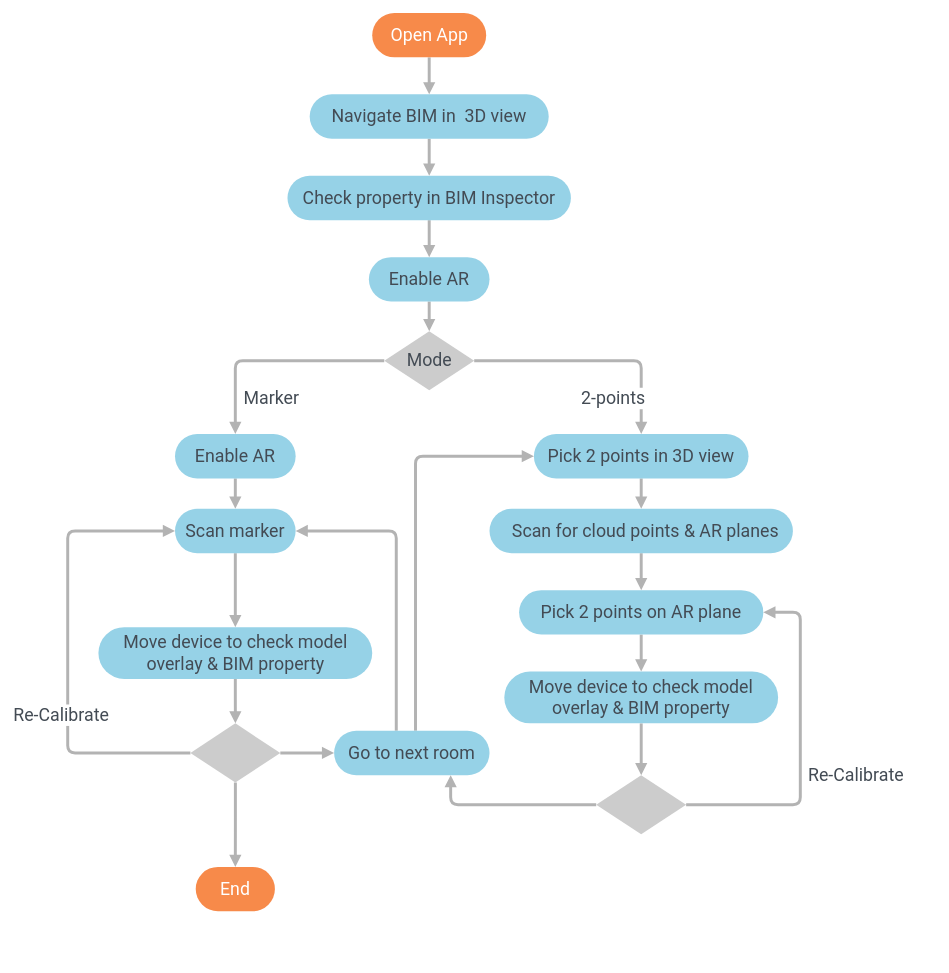
Before: Untitled Diagram.drawio in EricHsuYC/EricHsuYC.github.io, a draw.io diagram. Source tidied: cells renumbered, new cells numbered last; positions are measured from the earlier drawing's top-left corner, leaving out a move shared by most shapes. Both pictures are drawn from the tidied source at 74%, with x=0, y=0 at pixel (67, 13).
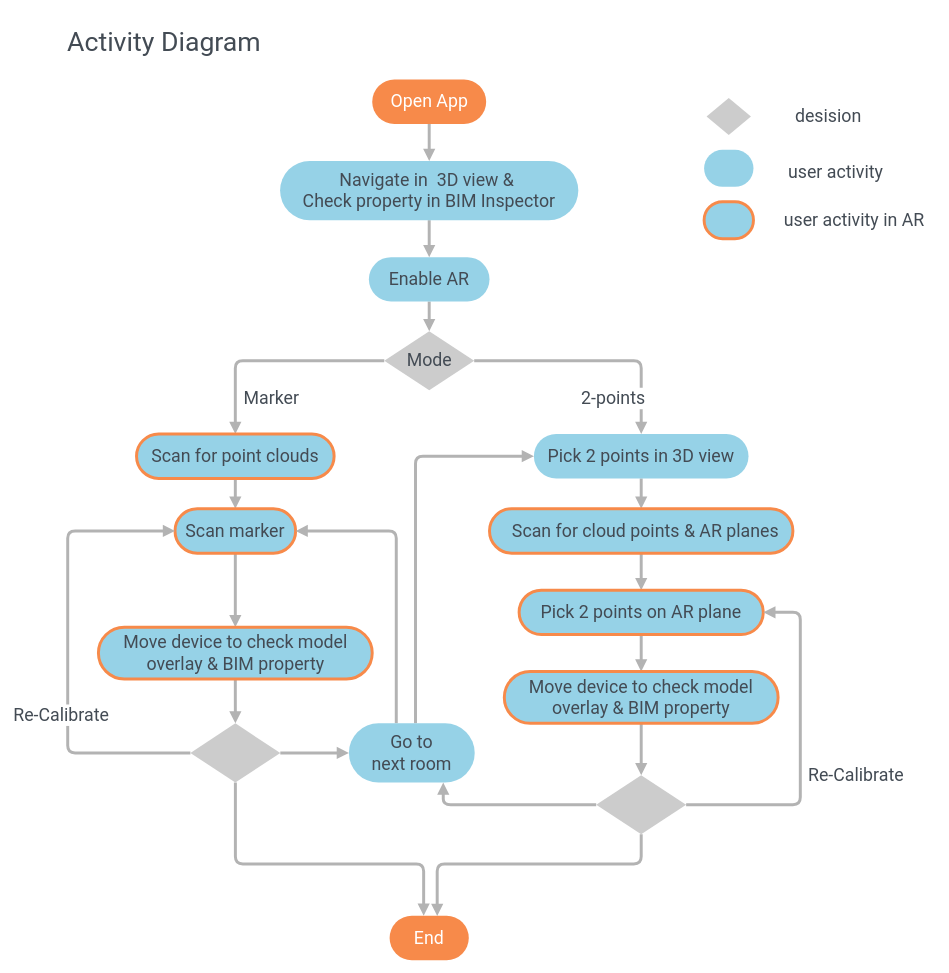
The same page after the edit.

Unchanged cells that the change refers to:
```xml
<mxCell id="7" value="&lt;font color=&quot;#434b54&quot; face=&quot;Roboto&quot;&gt;&lt;span style=&quot;font-size: 24px&quot;&gt;Enable AR&lt;/span&gt;&lt;/font&gt;" style="rounded=1;whiteSpace=wrap;html=1;arcSize=50;fillColor=#96D2E7;strokeColor=none;" parent="1" vertex="1">
  <mxGeometry x="407" y="330" width="163" height="60" as="geometry" />
</mxCell>
<mxCell id="31" style="rhombus;whiteSpace=wrap;html=1;rounded=0;comic=0;strokeColor=none;fillColor=#CCCCCC;dashed=1;fontFamily=Roboto;fontSize=24;fontColor=#434B54;" parent="1" vertex="1">
  <mxGeometry x="165.8" y="960" width="121.5" height="80" as="geometry" />
</mxCell>
<mxCell id="39" style="rhombus;whiteSpace=wrap;html=1;rounded=0;comic=0;strokeColor=none;fillColor=#CCCCCC;dashed=1;fontFamily=Roboto;fontSize=24;fontColor=#434B54;" parent="1" vertex="1">
  <mxGeometry x="714.2" y="1030" width="121.5" height="80" as="geometry" />
</mxCell>
```

Change to the diagram source:
```diff
@@
-    <mxCell id="2" style="edgeStyle=orthogonalEdgeStyle;rounded=1;jettySize=auto;html=1;fontFamily=Helvetica;strokeColor=#B3B3B3;strokeWidth=4;endFill=1;endArrow=block;startFill=0;startArrow=none;" parent="1" edge="1" source="3" target="5">
-      <mxGeometry relative="1" as="geometry" />
-    </mxCell>
+    <mxCell id="42" style="edgeStyle=orthogonalEdgeStyle;jettySize=auto;html=1;entryX=0.5;entryY=0;entryDx=0;entryDy=0;startFill=0;endArrow=block;endFill=1;strokeColor=#B3B3B3;strokeWidth=4;" parent="1" edge="1" source="3" target="7">
+      <mxGeometry relative="1" as="geometry" />
+    </mxCell>
-    <mxCell id="3" value="&lt;font color=&quot;#434b54&quot; face=&quot;Roboto&quot;&gt;&lt;span style=&quot;font-size: 24px&quot;&gt;Navigate BIM in&amp;nbsp; 3D view&lt;/span&gt;&lt;/font&gt;" style="rounded=1;whiteSpace=wrap;html=1;arcSize=50;fillColor=#96D2E7;strokeColor=none;" parent="1" vertex="1">
-      <mxGeometry x="327" y="110" width="323" height="60" as="geometry" />
+    <mxCell id="3" value="&lt;font color=&quot;#434b54&quot; face=&quot;Roboto&quot;&gt;&lt;span style=&quot;font-size: 24px&quot;&gt;Navigate in&amp;nbsp; 3D view &amp;amp;&amp;nbsp;&lt;br&gt;&lt;/span&gt;&lt;/font&gt;&lt;span style=&quot;color: rgb(67 , 75 , 84) ; font-family: &amp;#34;roboto&amp;#34; ; font-size: 24px&quot;&gt;Check property in BIM Inspector&lt;/span&gt;&lt;font color=&quot;#434b54&quot; face=&quot;Roboto&quot;&gt;&lt;span style=&quot;font-size: 24px&quot;&gt;&lt;br&gt;&lt;/span&gt;&lt;/font&gt;" style="rounded=1;whiteSpace=wrap;html=1;arcSize=50;fillColor=#96D2E7;strokeColor=none;" parent="1" vertex="1">
+      <mxGeometry x="287" y="200" width="403" height="80" as="geometry" />
     </mxCell>
-    <mxCell id="4" style="edgeStyle=orthogonalEdgeStyle;jettySize=auto;html=1;startFill=0;endArrow=block;endFill=1;strokeColor=#B3B3B3;strokeWidth=4;" parent="1" edge="1" source="5" target="7">
-      <mxGeometry relative="1" as="geometry" />
-    </mxCell>
-    <mxCell id="5" value="&lt;font style=&quot;font-size: 24px&quot; face=&quot;Roboto&quot; color=&quot;#434b54&quot;&gt;Check property in BIM Inspector&lt;/font&gt;" style="rounded=1;whiteSpace=wrap;html=1;arcSize=50;fillColor=#96D2E7;strokeColor=none;" parent="1" vertex="1">
-      <mxGeometry x="297" y="220" width="383" height="60" as="geometry" />
-    </mxCell>
@@
     <mxCell id="14" value="&lt;font style=&quot;font-size: 24px&quot; color=&quot;#ffffff&quot;&gt;Open App&lt;/font&gt;" style="rounded=1;whiteSpace=wrap;html=1;fillColor=#F78A4A;fontFamily=Roboto;arcSize=50;strokeColor=none;" parent="1" vertex="1">
-      <mxGeometry x="411.5" width="154" height="60" as="geometry" />
+      <mxGeometry x="411.5" y="90" width="154" height="60" as="geometry" />
     </mxCell>
@@
-    <mxCell id="18" value="&lt;font color=&quot;#434b54&quot; face=&quot;Roboto&quot;&gt;&lt;span style=&quot;font-size: 24px&quot;&gt;Enable AR&lt;/span&gt;&lt;/font&gt;" style="rounded=1;whiteSpace=wrap;html=1;arcSize=50;fillColor=#96D2E7;strokeColor=none;" parent="1" vertex="1">
-      <mxGeometry x="145" y="569" width="163" height="60" as="geometry" />
+    <mxCell id="18" value="&lt;font color=&quot;#434b54&quot; face=&quot;Roboto&quot;&gt;&lt;span style=&quot;font-size: 24px&quot;&gt;Scan for point clouds&lt;/span&gt;&lt;/font&gt;" style="rounded=1;whiteSpace=wrap;html=1;arcSize=50;fillColor=#96D2E7;strokeColor=#F78A4A;strokeWidth=4;" parent="1" vertex="1">
+      <mxGeometry x="93" y="569" width="267" height="60" as="geometry" />
     </mxCell>
@@
-    <mxCell id="20" value="&lt;font color=&quot;#434b54&quot; face=&quot;Roboto&quot;&gt;&lt;span style=&quot;font-size: 24px&quot;&gt;Scan marker&lt;/span&gt;&lt;/font&gt;" style="rounded=1;whiteSpace=wrap;html=1;arcSize=50;fillColor=#96D2E7;strokeColor=none;" parent="1" vertex="1">
+    <mxCell id="20" value="&lt;font color=&quot;#434b54&quot; face=&quot;Roboto&quot;&gt;&lt;span style=&quot;font-size: 24px&quot;&gt;Scan marker&lt;/span&gt;&lt;/font&gt;" style="rounded=1;whiteSpace=wrap;html=1;arcSize=50;fillColor=#96D2E7;strokeColor=#F78A4A;strokeWidth=4;" parent="1" vertex="1">
       <mxGeometry x="145" y="670" width="163" height="60" as="geometry" />
     </mxCell>
@@
-    <mxCell id="22" value="&lt;font color=&quot;#434b54&quot; face=&quot;Roboto&quot;&gt;&lt;span style=&quot;font-size: 24px&quot;&gt;&amp;nbsp; &amp;nbsp; Scan for cloud points &amp;amp; AR planes&amp;nbsp;&amp;nbsp;&lt;/span&gt;&lt;/font&gt;" style="rounded=1;whiteSpace=wrap;html=1;arcSize=50;fillColor=#96D2E7;strokeColor=none;" parent="1" vertex="1">
+    <mxCell id="22" value="&lt;font color=&quot;#434b54&quot; face=&quot;Roboto&quot;&gt;&lt;span style=&quot;font-size: 24px&quot;&gt;&amp;nbsp; &amp;nbsp; Scan for cloud points &amp;amp; AR planes&amp;nbsp;&amp;nbsp;&lt;/span&gt;&lt;/font&gt;" style="rounded=1;whiteSpace=wrap;html=1;arcSize=50;fillColor=#96D2E7;strokeColor=#F78A4A;strokeWidth=4;" parent="1" vertex="1">
       <mxGeometry x="570" y="670" width="410" height="60" as="geometry" />
     </mxCell>
@@
-    <mxCell id="24" value="&lt;font color=&quot;#434b54&quot; face=&quot;Roboto&quot;&gt;&lt;span style=&quot;font-size: 24px&quot;&gt;Pick 2 points on AR plane&lt;/span&gt;&lt;/font&gt;" style="rounded=1;whiteSpace=wrap;html=1;arcSize=50;fillColor=#96D2E7;strokeColor=none;" parent="1" vertex="1">
+    <mxCell id="24" value="&lt;font color=&quot;#434b54&quot; face=&quot;Roboto&quot;&gt;&lt;span style=&quot;font-size: 24px&quot;&gt;Pick 2 points on AR plane&lt;/span&gt;&lt;/font&gt;" style="rounded=1;whiteSpace=wrap;html=1;arcSize=50;fillColor=#96D2E7;strokeColor=#F78A4A;strokeWidth=4;" parent="1" vertex="1">
       <mxGeometry x="610" y="780" width="330" height="60" as="geometry" />
     </mxCell>
@@
-    <mxCell id="26" value="&lt;font color=&quot;#434b54&quot; face=&quot;Roboto&quot;&gt;&lt;span style=&quot;font-size: 24px&quot;&gt;Move device to check model overlay &amp;amp; BIM property&lt;/span&gt;&lt;/font&gt;" style="rounded=1;whiteSpace=wrap;html=1;arcSize=50;fillColor=#96D2E7;strokeColor=none;" parent="1" vertex="1">
+    <mxCell id="26" value="&lt;font color=&quot;#434b54&quot; face=&quot;Roboto&quot;&gt;&lt;span style=&quot;font-size: 24px&quot;&gt;Move device to check model overlay &amp;amp; BIM property&lt;/span&gt;&lt;/font&gt;" style="rounded=1;whiteSpace=wrap;html=1;arcSize=50;fillColor=#96D2E7;strokeColor=#F78A4A;strokeWidth=4;" parent="1" vertex="1">
       <mxGeometry x="590" y="890" width="370" height="70" as="geometry" />
     </mxCell>
     <mxCell id="27" style="edgeStyle=orthogonalEdgeStyle;jettySize=auto;html=1;startFill=0;endArrow=block;endFill=1;strokeColor=#B3B3B3;strokeWidth=4;" parent="1" edge="1" source="31" target="35">
-      <mxGeometry relative="1" as="geometry" />
+      <mxGeometry relative="1" as="geometry">
+        <Array as="points">
+          <mxPoint x="227" y="1150" />
+          <mxPoint x="481" y="1150" />
+        </Array>
+      </mxGeometry>
     </mxCell>
@@
-    <mxCell id="34" value="&lt;font color=&quot;#434b54&quot; face=&quot;Roboto&quot;&gt;&lt;span style=&quot;font-size: 24px&quot;&gt;Go to next room&lt;/span&gt;&lt;/font&gt;" style="rounded=1;whiteSpace=wrap;html=1;arcSize=50;fillColor=#96D2E7;strokeColor=none;" parent="1" vertex="1">
-      <mxGeometry x="360" y="970" width="210" height="60" as="geometry" />
+    <mxCell id="34" value="&lt;font color=&quot;#434b54&quot; face=&quot;Roboto&quot;&gt;&lt;span style=&quot;font-size: 24px&quot;&gt;Go to &lt;br&gt;next room&lt;/span&gt;&lt;/font&gt;" style="rounded=1;whiteSpace=wrap;html=1;arcSize=50;fillColor=#96D2E7;strokeColor=none;" parent="1" vertex="1">
+      <mxGeometry x="380" y="960" width="170" height="80" as="geometry" />
     </mxCell>
     <mxCell id="35" value="&lt;font style=&quot;font-size: 24px&quot; color=&quot;#ffffff&quot;&gt;End&lt;/font&gt;" style="rounded=1;whiteSpace=wrap;html=1;fillColor=#F78A4A;fontFamily=Roboto;arcSize=50;strokeColor=none;dashed=1;" parent="1" vertex="1">
-      <mxGeometry x="173" y="1154" width="107" height="60" as="geometry" />
+      <mxGeometry x="435" y="1220" width="107" height="60" as="geometry" />
     </mxCell>
@@
+    <mxCell id="43" style="edgeStyle=orthogonalEdgeStyle;jettySize=auto;html=1;entryX=0.601;entryY=0.006;entryDx=0;entryDy=0;entryPerimeter=0;startFill=0;endArrow=block;endFill=1;strokeColor=#B3B3B3;strokeWidth=4;" parent="1" edge="1" source="39" target="35">
+      <mxGeometry relative="1" as="geometry">
+        <Array as="points">
+          <mxPoint x="775" y="1150" />
+          <mxPoint x="499" y="1150" />
+        </Array>
+      </mxGeometry>
+    </mxCell>
@@
-    <mxCell id="41" value="&lt;font color=&quot;#434b54&quot; face=&quot;Roboto&quot;&gt;&lt;span style=&quot;font-size: 24px&quot;&gt;Move device to check model overlay &amp;amp; BIM property&lt;/span&gt;&lt;/font&gt;" style="rounded=1;whiteSpace=wrap;html=1;arcSize=50;fillColor=#96D2E7;strokeColor=none;" parent="1" vertex="1">
+    <mxCell id="41" value="&lt;font color=&quot;#434b54&quot; face=&quot;Roboto&quot;&gt;&lt;span style=&quot;font-size: 24px&quot;&gt;Move device to check model overlay &amp;amp; BIM property&lt;/span&gt;&lt;/font&gt;" style="rounded=1;whiteSpace=wrap;html=1;arcSize=50;fillColor=#96D2E7;strokeColor=#F78A4A;strokeWidth=4;" parent="1" vertex="1">
       <mxGeometry x="41.5" y="830" width="370" height="70" as="geometry" />
     </mxCell>
+    <mxCell id="44" value="&lt;font style=&quot;font-size: 36px&quot;&gt;Activity Diagram&lt;/font&gt;" style="text;html=1;align=center;verticalAlign=middle;fontSize=24;fontFamily=Roboto;fontColor=#434B54;" parent="1" vertex="1">
+      <mxGeometry x="-10" y="20" width="280" height="40" as="geometry" />
+    </mxCell>
+    <mxCell id="45" style="rhombus;whiteSpace=wrap;html=1;rounded=0;comic=0;strokeColor=none;fillColor=#CCCCCC;dashed=1;fontFamily=Roboto;fontSize=24;fontColor=#434B54;" parent="1" vertex="1">
+      <mxGeometry x="863.3" y="115" width="60" height="50" as="geometry" />
+    </mxCell>
+    <mxCell id="46" style="rounded=1;whiteSpace=wrap;html=1;arcSize=50;fillColor=#96D2E7;strokeColor=none;dashed=1;fontFamily=Roboto;fontSize=24;fontColor=#434B54;" parent="1" vertex="1">
+      <mxGeometry x="860" y="185" width="66.7" height="50" as="geometry" />
+    </mxCell>
+    <mxCell id="47" style="rounded=1;whiteSpace=wrap;html=1;arcSize=50;fillColor=#96D2E7;strokeColor=#F78A4A;fontFamily=Helvetica;fontSize=12;fontColor=#000000;strokeWidth=4;" parent="1" vertex="1">
+      <mxGeometry x="860" y="255" width="66.7" height="50" as="geometry" />
+    </mxCell>
+    <mxCell id="48" value="user activity" style="rounded=0;whiteSpace=wrap;html=1;dashed=1;strokeColor=none;strokeWidth=4;fillColor=none;fontFamily=Roboto;fontSize=24;fontColor=#434B54;" parent="1" vertex="1">
+      <mxGeometry x="953.3" y="185" width="170" height="60" as="geometry" />
+    </mxCell>
+    <mxCell id="49" value="desision" style="rounded=0;whiteSpace=wrap;html=1;dashed=1;strokeColor=none;strokeWidth=4;fillColor=none;fontFamily=Roboto;fontSize=24;fontColor=#434B54;" parent="1" vertex="1">
+      <mxGeometry x="943.3" y="110" width="170" height="60" as="geometry" />
+    </mxCell>
+    <mxCell id="50" value="user activity in AR" style="rounded=0;whiteSpace=wrap;html=1;dashed=1;strokeColor=none;strokeWidth=4;fillColor=none;fontFamily=Roboto;fontSize=24;fontColor=#434B54;" parent="1" vertex="1">
+      <mxGeometry x="953.3" y="250" width="220" height="60" as="geometry" />
+    </mxCell>
```
